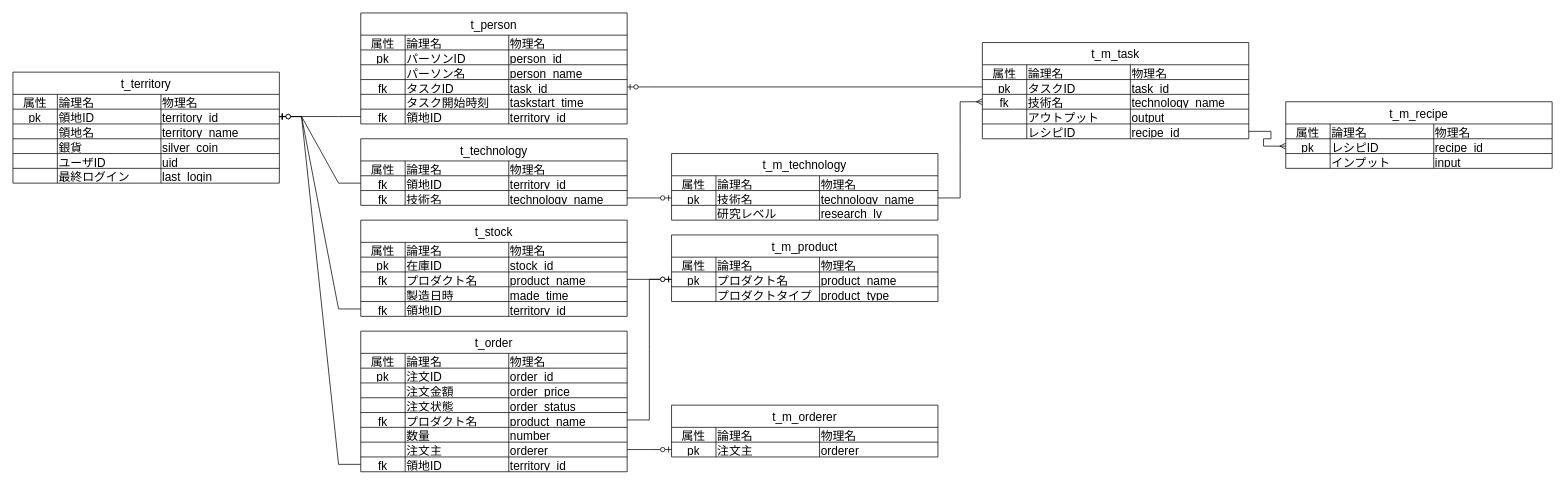
Before: page "ER" (1 of 2) of table.drawio in T-Miyaoka/geeklog, a draw.io diagram. Source tidied: cells renumbered, new cells numbered last; positions are measured from the earlier drawing's top-left corner, leaving out a move shared by most shapes. Both pictures are drawn from the tidied source at 74%, with x=0, y=0 at pixel (13, 13).
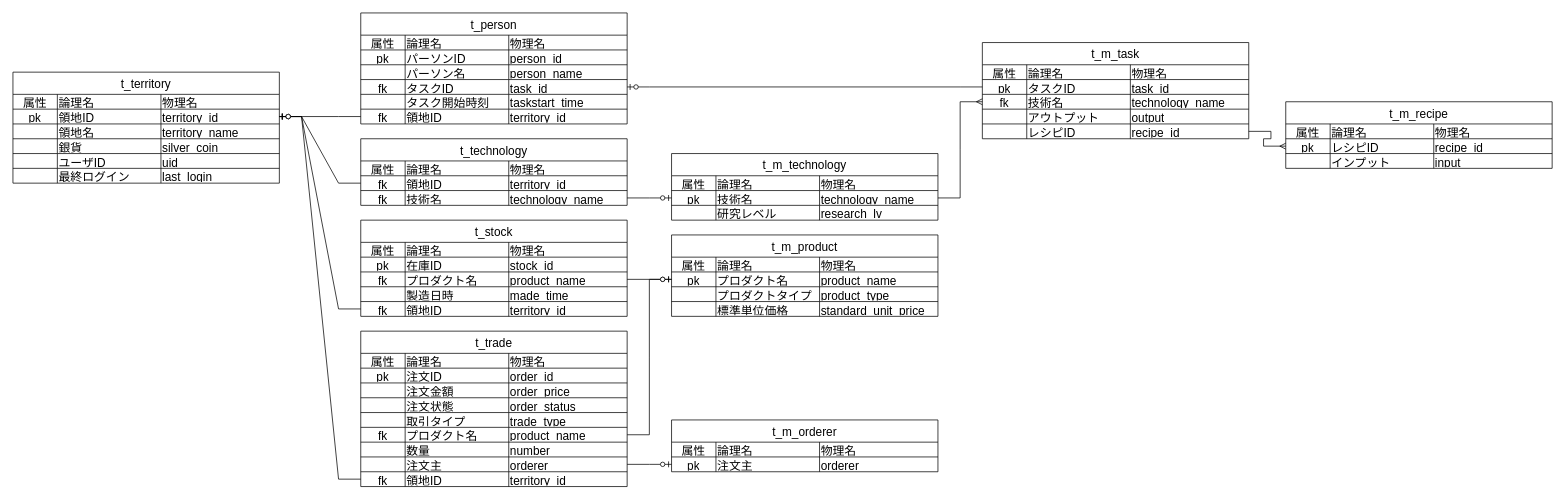
Above is the later version.

Commit message:
table.drawio を更新します

Change to the diagram source:
```diff
@@
     <mxCell id="140" value="t_m_product" style="shape=table;startSize=30;childLayout=tableLayout;strokeColor=default;fontSize=16;align=center;" parent="1" vertex="1">
-      <mxGeometry x="890" y="300" width="360" height="90" as="geometry" />
+      <mxGeometry x="890" y="300" width="360" height="110" as="geometry" />
     </mxCell>
@@
+    <mxCell id="199" style="shape=tableRow;horizontal=0;startSize=0;swimlaneHead=0;swimlaneBody=0;strokeColor=inherit;top=0;left=0;bottom=0;right=0;fillColor=none;fontSize=16;" parent="140" vertex="1">
+      <mxGeometry y="90" width="360" height="20" as="geometry" />
+    </mxCell>
+    <mxCell id="200" style="shape=partialRectangle;html=1;whiteSpace=wrap;strokeColor=inherit;overflow=hidden;fillColor=none;top=0;left=0;bottom=0;right=0;fontSize=16;" parent="199" vertex="1">
+      <mxGeometry width="60" height="20" as="geometry" />
+    </mxCell>
+    <mxCell id="201" value="標準単位価格" style="shape=partialRectangle;html=1;whiteSpace=wrap;strokeColor=inherit;overflow=hidden;fillColor=none;top=0;left=0;bottom=0;right=0;fontSize=16;align=left;" parent="199" vertex="1">
+      <mxGeometry x="60" width="140" height="20" as="geometry" />
+    </mxCell>
+    <mxCell id="202" value="standard_unit_price" style="shape=partialRectangle;html=1;whiteSpace=wrap;strokeColor=inherit;overflow=hidden;fillColor=none;top=0;left=0;bottom=0;right=0;fontSize=16;align=left;" parent="199" vertex="1">
+      <mxGeometry x="200" width="160" height="20" as="geometry" />
+    </mxCell>
@@
-    <mxCell id="154" value="t_order" style="shape=table;startSize=30;childLayout=tableLayout;strokeColor=default;fontSize=16;align=center;" parent="1" vertex="1">
-      <mxGeometry x="470" y="430" width="360" height="190" as="geometry" />
+    <mxCell id="154" value="t_trade" style="shape=table;startSize=30;childLayout=tableLayout;strokeColor=default;fontSize=16;align=center;" parent="1" vertex="1">
+      <mxGeometry x="470" y="430" width="360" height="210" as="geometry" />
     </mxCell>
@@
+    <mxCell id="203" style="shape=tableRow;horizontal=0;startSize=0;swimlaneHead=0;swimlaneBody=0;strokeColor=inherit;top=0;left=0;bottom=0;right=0;fillColor=none;fontSize=16;" parent="154" vertex="1">
+      <mxGeometry y="110" width="360" height="20" as="geometry" />
+    </mxCell>
+    <mxCell id="204" style="shape=partialRectangle;html=1;whiteSpace=wrap;strokeColor=inherit;overflow=hidden;fillColor=none;top=0;left=0;bottom=0;right=0;fontSize=16;" parent="203" vertex="1">
+      <mxGeometry width="60" height="20" as="geometry" />
+    </mxCell>
+    <mxCell id="205" value="取引タイプ" style="shape=partialRectangle;html=1;whiteSpace=wrap;strokeColor=inherit;overflow=hidden;fillColor=none;top=0;left=0;bottom=0;right=0;fontSize=16;align=left;" parent="203" vertex="1">
+      <mxGeometry x="60" width="140" height="20" as="geometry" />
+    </mxCell>
+    <mxCell id="206" value="trade_type" style="shape=partialRectangle;html=1;whiteSpace=wrap;strokeColor=inherit;overflow=hidden;fillColor=none;top=0;left=0;bottom=0;right=0;fontSize=16;align=left;" parent="203" vertex="1">
+      <mxGeometry x="200" width="160" height="20" as="geometry" />
+    </mxCell>
     <mxCell id="171" style="shape=tableRow;horizontal=0;startSize=0;swimlaneHead=0;swimlaneBody=0;strokeColor=inherit;top=0;left=0;bottom=0;right=0;fillColor=none;points=[[0,0.5],[1,0.5]];portConstraint=eastwest;fontSize=16;" parent="154" vertex="1">
-      <mxGeometry y="110" width="360" height="20" as="geometry" />
+      <mxGeometry y="130" width="360" height="20" as="geometry" />
     </mxCell>
@@
     <mxCell id="175" style="shape=tableRow;horizontal=0;startSize=0;swimlaneHead=0;swimlaneBody=0;strokeColor=inherit;top=0;left=0;bottom=0;right=0;fillColor=none;fontSize=16;" parent="154" vertex="1">
-      <mxGeometry y="130" width="360" height="20" as="geometry" />
+      <mxGeometry y="150" width="360" height="20" as="geometry" />
     </mxCell>
@@
     <mxCell id="179" style="shape=tableRow;horizontal=0;startSize=0;swimlaneHead=0;swimlaneBody=0;strokeColor=inherit;top=0;left=0;bottom=0;right=0;fillColor=none;points=[[0,0.5],[1,0.5]];portConstraint=eastwest;fontSize=16;" parent="154" vertex="1">
-      <mxGeometry y="150" width="360" height="20" as="geometry" />
+      <mxGeometry y="170" width="360" height="20" as="geometry" />
     </mxCell>
@@
     <mxCell id="183" style="shape=tableRow;horizontal=0;startSize=0;swimlaneHead=0;swimlaneBody=0;strokeColor=inherit;top=0;left=0;bottom=0;right=0;fillColor=none;points=[[0,0.5],[1,0.5]];portConstraint=eastwest;fontSize=16;" parent="154" vertex="1">
-      <mxGeometry y="170" width="360" height="20" as="geometry" />
+      <mxGeometry y="190" width="360" height="20" as="geometry" />
     </mxCell>
@@
     <mxCell id="189" value="t_m_orderer" style="shape=table;startSize=30;childLayout=tableLayout;strokeColor=default;fontSize=16;align=center;" parent="1" vertex="1">
-      <mxGeometry x="890" y="530" width="360" height="70" as="geometry" />
+      <mxGeometry x="890" y="550" width="360" height="70" as="geometry" />
     </mxCell>
```
